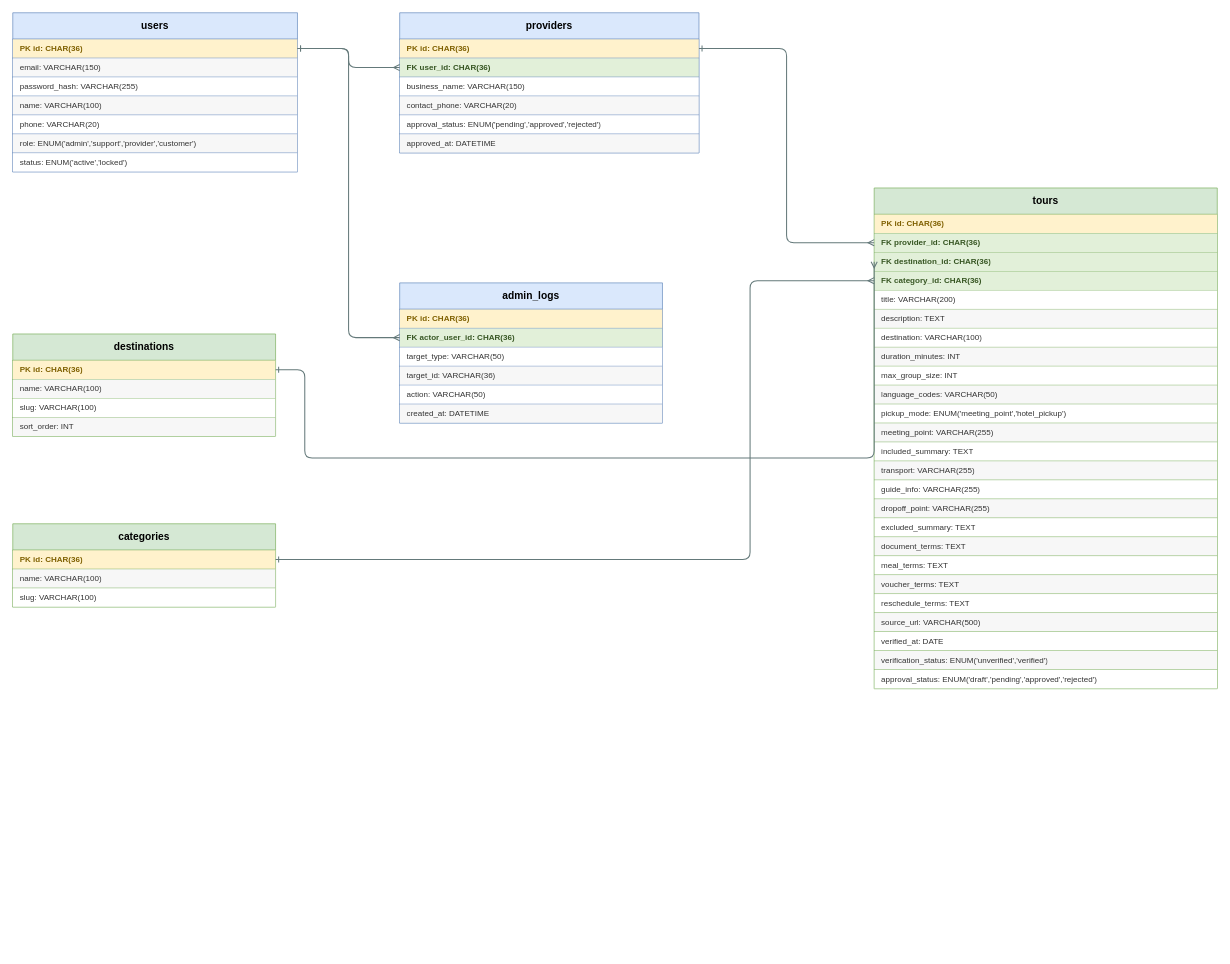
Earlier version of the draw.io diagram page "01 Core & Catalog" (1 of 4) of docs/diagram/localtour-erd.drawio (kannar04/LocalTour_Project). Source tidied: cells renumbered, new cells numbered last; positions are measured from the earlier drawing's top-left corner, leaving out a move shared by most shapes. Both pictures are drawn from the tidied source at 73%, with x=0, y=0 at pixel (12, 12).
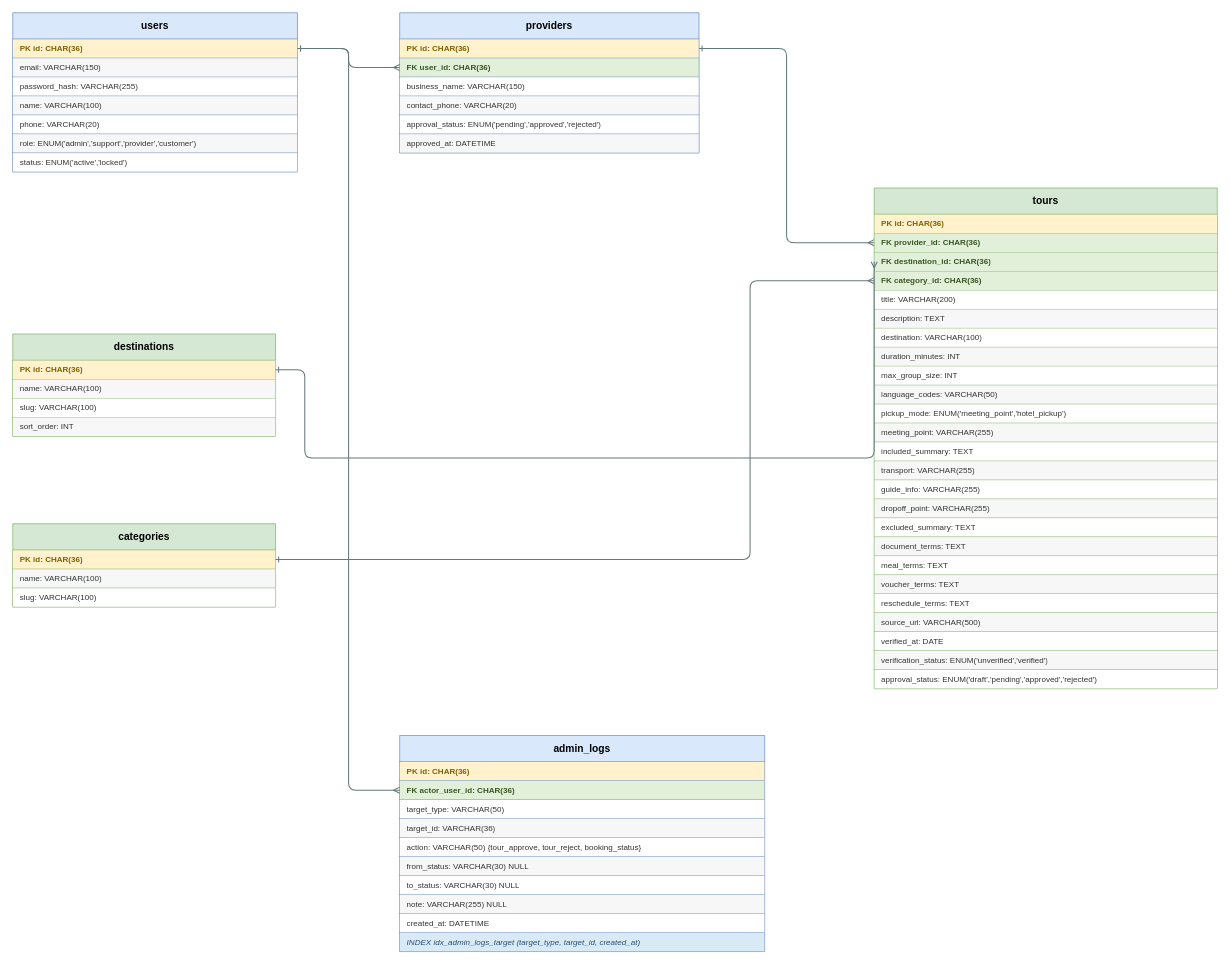
The same page after the edit.

Commit message (it also covers changes not shown here):
Update ERD: Adjust dimensions and add new fields for admin_logs and bookings tables

What changed in the source:
```diff
@@
     <mxCell id="2" value="admin_logs" style="swimlane;startSize=36;horizontal=1;rounded=0;html=1;whiteSpace=wrap;fontStyle=1;fontSize=14;align=center;verticalAlign=middle;fillColor=#dae8fc;strokeColor=#6c8ebf;swimlaneFillColor=#ffffff;" parent="1" vertex="1">
-      <mxGeometry x="530" y="370" width="360" height="192" as="geometry" />
+      <mxGeometry x="530" y="990" width="500" height="296" as="geometry" />
     </mxCell>
     <mxCell id="3" value="PK id: CHAR(36)" style="text;html=1;align=left;verticalAlign=middle;spacingLeft=8;whiteSpace=wrap;overflow=hidden;fillColor=#fff2cc;strokeColor=#6c8ebf;strokeWidth=0.5;fontSize=11;fontStyle=1;fontColor=#7f6000;" parent="2" vertex="1">
-      <mxGeometry y="36" width="360" height="26" as="geometry" />
+      <mxGeometry y="36" width="500" height="26" as="geometry" />
     </mxCell>
     <mxCell id="4" value="FK actor_user_id: CHAR(36)" style="text;html=1;align=left;verticalAlign=middle;spacingLeft=8;whiteSpace=wrap;overflow=hidden;fillColor=#e2f0d9;strokeColor=#6c8ebf;strokeWidth=0.5;fontSize=11;fontStyle=1;fontColor=#375623;" parent="2" vertex="1">
-      <mxGeometry y="62" width="360" height="26" as="geometry" />
+      <mxGeometry y="62" width="500" height="26" as="geometry" />
     </mxCell>
     <mxCell id="5" value="target_type: VARCHAR(50)" style="text;html=1;align=left;verticalAlign=middle;spacingLeft=8;whiteSpace=wrap;overflow=hidden;fillColor=#ffffff;strokeColor=#6c8ebf;strokeWidth=0.5;fontSize=11;fontStyle=0;fontColor=#333333;" parent="2" vertex="1">
-      <mxGeometry y="88" width="360" height="26" as="geometry" />
+      <mxGeometry y="88" width="500" height="26" as="geometry" />
     </mxCell>
     <mxCell id="6" value="target_id: VARCHAR(36)" style="text;html=1;align=left;verticalAlign=middle;spacingLeft=8;whiteSpace=wrap;overflow=hidden;fillColor=#f7f7f7;strokeColor=#6c8ebf;strokeWidth=0.5;fontSize=11;fontStyle=0;fontColor=#333333;" parent="2" vertex="1">
-      <mxGeometry y="114" width="360" height="26" as="geometry" />
+      <mxGeometry y="114" width="500" height="26" as="geometry" />
     </mxCell>
-    <mxCell id="7" value="action: VARCHAR(50)" style="text;html=1;align=left;verticalAlign=middle;spacingLeft=8;whiteSpace=wrap;overflow=hidden;fillColor=#ffffff;strokeColor=#6c8ebf;strokeWidth=0.5;fontSize=11;fontStyle=0;fontColor=#333333;" parent="2" vertex="1">
-      <mxGeometry y="140" width="360" height="26" as="geometry" />
+    <mxCell id="7" value="action: VARCHAR(50) {tour_approve, tour_reject, booking_status}" style="text;html=1;align=left;verticalAlign=middle;spacingLeft=8;whiteSpace=wrap;overflow=hidden;fillColor=#ffffff;strokeColor=#6c8ebf;strokeWidth=0.5;fontSize=11;fontStyle=0;fontColor=#333333;" parent="2" vertex="1">
+      <mxGeometry y="140" width="500" height="26" as="geometry" />
     </mxCell>
+    <mxCell id="64" value="from_status: VARCHAR(30) NULL" style="text;html=1;align=left;verticalAlign=middle;spacingLeft=8;whiteSpace=wrap;overflow=hidden;fillColor=#f7f7f7;strokeColor=#6c8ebf;strokeWidth=0.5;fontSize=11;fontStyle=0;fontColor=#333333;" parent="2" vertex="1">
+      <mxGeometry y="166" width="500" height="26" as="geometry" />
+    </mxCell>
+    <mxCell id="65" value="to_status: VARCHAR(30) NULL" style="text;html=1;align=left;verticalAlign=middle;spacingLeft=8;whiteSpace=wrap;overflow=hidden;fillColor=#ffffff;strokeColor=#6c8ebf;strokeWidth=0.5;fontSize=11;fontStyle=0;fontColor=#333333;" parent="2" vertex="1">
+      <mxGeometry y="192" width="500" height="26" as="geometry" />
+    </mxCell>
+    <mxCell id="66" value="note: VARCHAR(255) NULL" style="text;html=1;align=left;verticalAlign=middle;spacingLeft=8;whiteSpace=wrap;overflow=hidden;fillColor=#f7f7f7;strokeColor=#6c8ebf;strokeWidth=0.5;fontSize=11;fontStyle=0;fontColor=#333333;" parent="2" vertex="1">
+      <mxGeometry y="218" width="500" height="26" as="geometry" />
+    </mxCell>
-    <mxCell id="8" value="created_at: DATETIME" style="text;html=1;align=left;verticalAlign=middle;spacingLeft=8;whiteSpace=wrap;overflow=hidden;fillColor=#f7f7f7;strokeColor=#6c8ebf;strokeWidth=0.5;fontSize=11;fontStyle=0;fontColor=#333333;" parent="2" vertex="1">
-      <mxGeometry y="166" width="360" height="26" as="geometry" />
+    <mxCell id="8" value="created_at: DATETIME" style="text;html=1;align=left;verticalAlign=middle;spacingLeft=8;whiteSpace=wrap;overflow=hidden;fillColor=#ffffff;strokeColor=#6c8ebf;strokeWidth=0.5;fontSize=11;fontStyle=0;fontColor=#333333;" parent="2" vertex="1">
+      <mxGeometry y="244" width="500" height="26" as="geometry" />
     </mxCell>
+    <mxCell id="67" value="INDEX idx_admin_logs_target (target_type, target_id, created_at)" style="text;html=1;align=left;verticalAlign=middle;spacingLeft=8;whiteSpace=wrap;overflow=hidden;fillColor=#d9eaf7;strokeColor=#6c8ebf;strokeWidth=0.5;fontSize=11;fontStyle=2;fontColor=#274e75;" parent="2" vertex="1">
+      <mxGeometry y="270" width="500" height="26" as="geometry" />
+    </mxCell>
```
